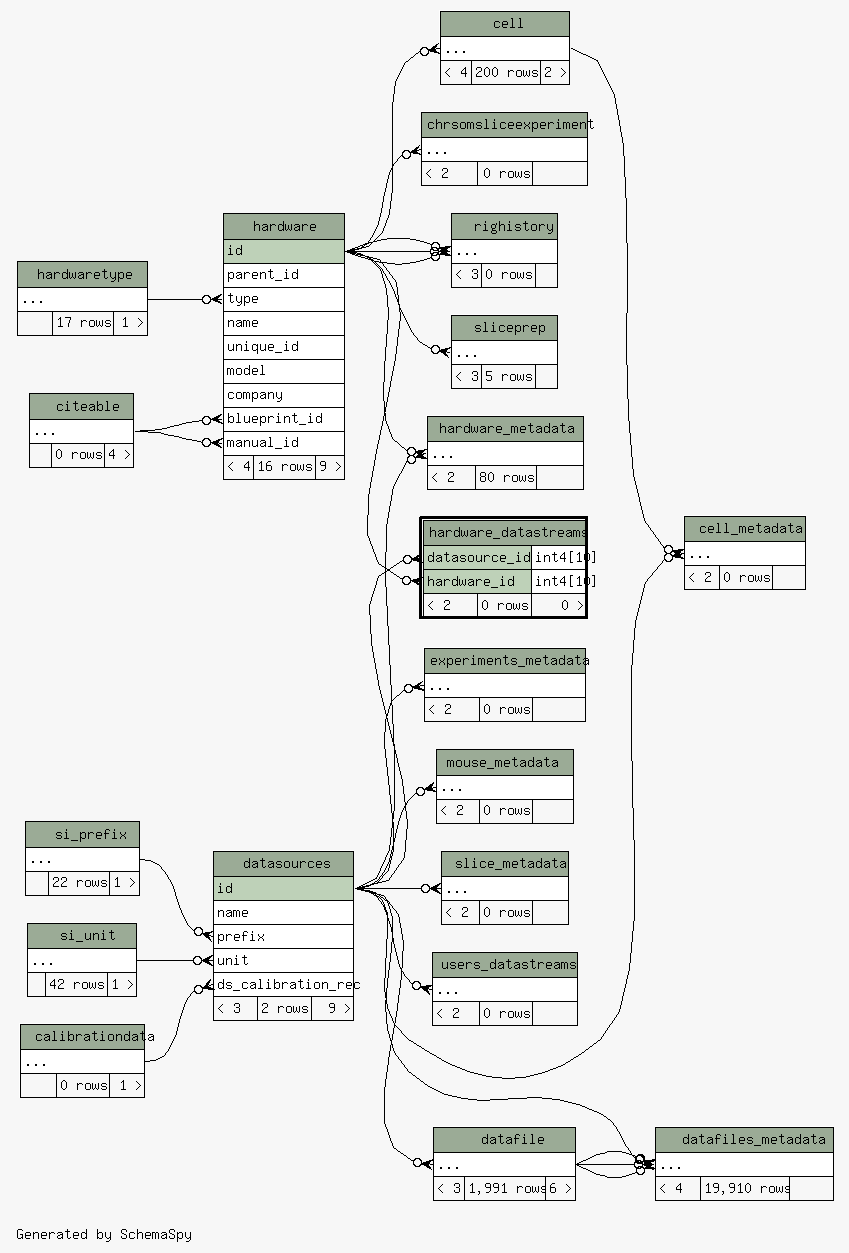
Earlier version of the Graphviz export database/ss/diagrams/hardware_datastreams.2degrees.png (tgbugs/mlab). Its source is kept beside it as database/ss/diagrams/hardware_datastreams.2degrees.dot.
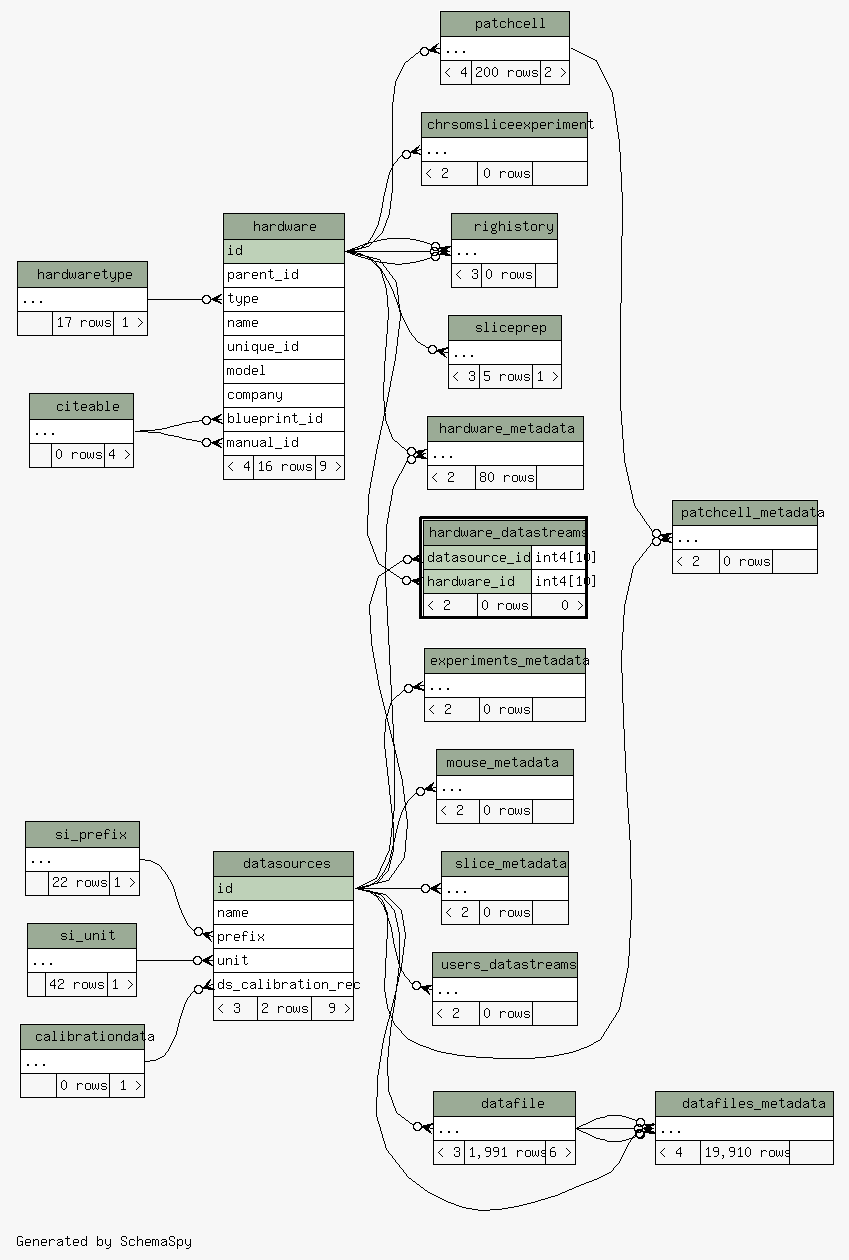
Above is the later version.

Change to the diagram source:
```diff
@@ -17,9 +17,6 @@
   edge [
     arrowsize="0.8"
   ];
-  "cell":"elipses":w -> "hardware":"id":e [arrowhead=none dir=back arrowtail=crowodot];
-  "cell_metadata":"elipses":w -> "cell":"elipses":e [arrowhead=none dir=back arrowtail=crowodot];
-  "cell_metadata":"elipses":w -> "datasources":"id":e [arrowhead=none dir=back arrowtail=crowodot];
   "chrsomsliceexperiment":"elipses":w -> "hardware":"id":e [arrowhead=none dir=back arrowtail=crowodot];
   "datafile":"elipses":w -> "datasources":"id":e [arrowhead=none dir=back arrowtail=crowodot];
   "datafiles_metadata":"elipses":w -> "datasources":"id":e [arrowhead=none dir=back arrowtail=crowodot];
@@ -38,6 +35,9 @@
   "hardware_metadata":"elipses":w -> "datasources":"id":e [arrowhead=none dir=back arrowtail=crowodot];
   "hardware_metadata":"elipses":w -> "hardware":"id":e [arrowhead=none dir=back arrowtail=crowodot];
   "mouse_metadata":"elipses":w -> "datasources":"id":e [arrowhead=none dir=back arrowtail=crowodot];
+  "patchcell":"elipses":w -> "hardware":"id":e [arrowhead=none dir=back arrowtail=crowodot];
+  "patchcell_metadata":"elipses":w -> "datasources":"id":e [arrowhead=none dir=back arrowtail=crowodot];
+  "patchcell_metadata":"elipses":w -> "patchcell":"elipses":e [arrowhead=none dir=back arrowtail=crowodot];
   "righistory":"elipses":w -> "hardware":"id":e [arrowhead=none dir=back arrowtail=crowodot];
   "righistory":"elipses":w -> "hardware":"id":e [arrowhead=none dir=back arrowtail=crowodot];
   "righistory":"elipses":w -> "hardware":"id":e [arrowhead=none dir=back arrowtail=crowodot];
@@ -53,26 +53,6 @@
     </TABLE>>
     URL="calibrationdata.html"
     tooltip="calibrationdata"
-  ];
-  "cell" [
-    label=<
-    <TABLE BORDER="0" CELLBORDER="1" CELLSPACING="0" BGCOLOR="#ffffff">
-      <TR><TD COLSPAN="3" BGCOLOR="#9bab96" ALIGN="CENTER">cell</TD></TR>
-      <TR><TD PORT="elipses" COLSPAN="3" ALIGN="LEFT">...</TD></TR>
-      <TR><TD ALIGN="LEFT" BGCOLOR="#f7f7f7">&lt; 4</TD><TD ALIGN="RIGHT" BGCOLOR="#f7f7f7">200 rows</TD><TD ALIGN="RIGHT" BGCOLOR="#f7f7f7">2 &gt;</TD></TR>
-    </TABLE>>
-    URL="cell.html"
-    tooltip="cell"
-  ];
-  "cell_metadata" [
-    label=<
-    <TABLE BORDER="0" CELLBORDER="1" CELLSPACING="0" BGCOLOR="#ffffff">
-      <TR><TD COLSPAN="3" BGCOLOR="#9bab96" ALIGN="CENTER">cell_metadata</TD></TR>
-      <TR><TD PORT="elipses" COLSPAN="3" ALIGN="LEFT">...</TD></TR>
-      <TR><TD ALIGN="LEFT" BGCOLOR="#f7f7f7">&lt; 2</TD><TD ALIGN="RIGHT" BGCOLOR="#f7f7f7">0 rows</TD><TD ALIGN="RIGHT" BGCOLOR="#f7f7f7">  </TD></TR>
-    </TABLE>>
-    URL="cell_metadata.html"
-    tooltip="cell_metadata"
   ];
   "chrsomsliceexperiment" [
     label=<
@@ -197,6 +177,26 @@
     URL="mouse_metadata.html"
     tooltip="mouse_metadata"
   ];
+  "patchcell" [
+    label=<
+    <TABLE BORDER="0" CELLBORDER="1" CELLSPACING="0" BGCOLOR="#ffffff">
+      <TR><TD COLSPAN="3" BGCOLOR="#9bab96" ALIGN="CENTER">patchcell</TD></TR>
+      <TR><TD PORT="elipses" COLSPAN="3" ALIGN="LEFT">...</TD></TR>
+      <TR><TD ALIGN="LEFT" BGCOLOR="#f7f7f7">&lt; 4</TD><TD ALIGN="RIGHT" BGCOLOR="#f7f7f7">200 rows</TD><TD ALIGN="RIGHT" BGCOLOR="#f7f7f7">2 &gt;</TD></TR>
+    </TABLE>>
+    URL="patchcell.html"
+    tooltip="patchcell"
+  ];
+  "patchcell_metadata" [
+    label=<
+    <TABLE BORDER="0" CELLBORDER="1" CELLSPACING="0" BGCOLOR="#ffffff">
+      <TR><TD COLSPAN="3" BGCOLOR="#9bab96" ALIGN="CENTER">patchcell_metadata</TD></TR>
+      <TR><TD PORT="elipses" COLSPAN="3" ALIGN="LEFT">...</TD></TR>
+      <TR><TD ALIGN="LEFT" BGCOLOR="#f7f7f7">&lt; 2</TD><TD ALIGN="RIGHT" BGCOLOR="#f7f7f7">0 rows</TD><TD ALIGN="RIGHT" BGCOLOR="#f7f7f7">  </TD></TR>
+    </TABLE>>
+    URL="patchcell_metadata.html"
+    tooltip="patchcell_metadata"
+  ];
   "righistory" [
     label=<
     <TABLE BORDER="0" CELLBORDER="1" CELLSPACING="0" BGCOLOR="#ffffff">
@@ -242,7 +242,7 @@
     <TABLE BORDER="0" CELLBORDER="1" CELLSPACING="0" BGCOLOR="#ffffff">
       <TR><TD COLSPAN="3" BGCOLOR="#9bab96" ALIGN="CENTER">sliceprep</TD></TR>
       <TR><TD PORT="elipses" COLSPAN="3" ALIGN="LEFT">...</TD></TR>
-      <TR><TD ALIGN="LEFT" BGCOLOR="#f7f7f7">&lt; 3</TD><TD ALIGN="RIGHT" BGCOLOR="#f7f7f7">5 rows</TD><TD ALIGN="RIGHT" BGCOLOR="#f7f7f7">  </TD></TR>
+      <TR><TD ALIGN="LEFT" BGCOLOR="#f7f7f7">&lt; 3</TD><TD ALIGN="RIGHT" BGCOLOR="#f7f7f7">5 rows</TD><TD ALIGN="RIGHT" BGCOLOR="#f7f7f7">1 &gt;</TD></TR>
     </TABLE>>
     URL="sliceprep.html"
     tooltip="sliceprep"
```
